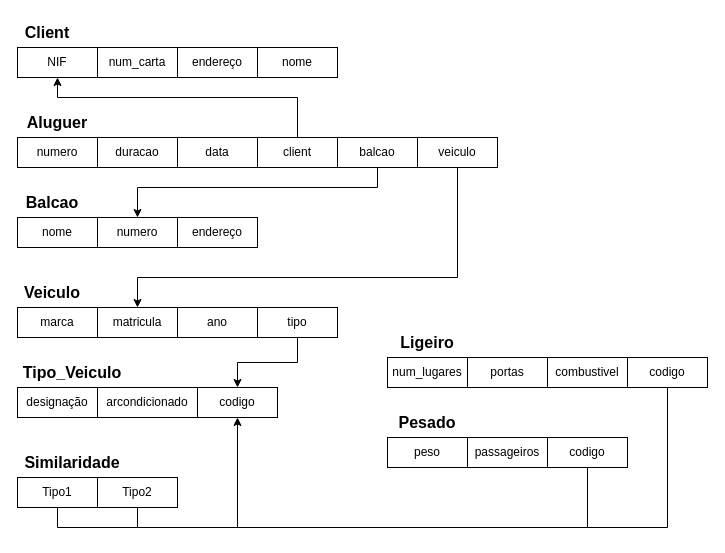
Earlier version of the draw.io diagram Aula3/ex1c.drawio (roldao04/BD). Source tidied: cells renumbered, new cells numbered last; positions are measured from the earlier drawing's top-left corner, leaving out a move shared by most shapes. Both pictures are drawn from the tidied source at 100%, with x=0, y=0 at pixel (17, 17).
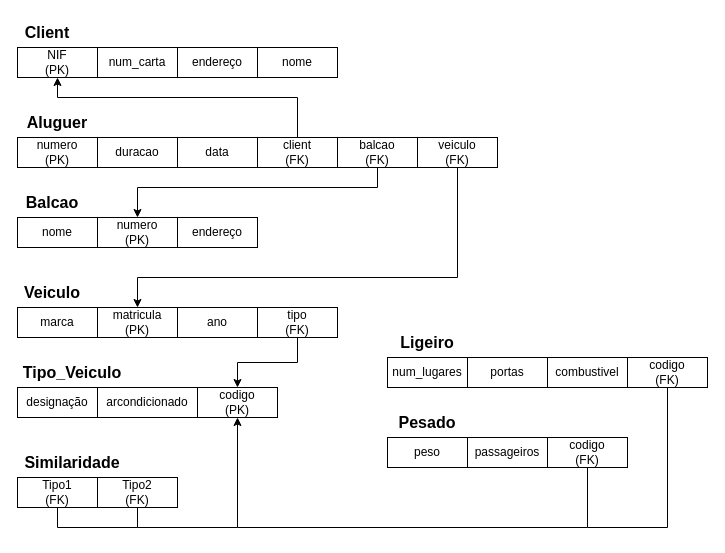
After the change.

What changed in the source:
```diff
@@
-    <mxCell id="3" value="NIF" style="rounded=0;whiteSpace=wrap;html=1;" parent="1" vertex="1">
+    <mxCell id="3" value="NIF&lt;div&gt;(PK)&lt;/div&gt;" style="rounded=0;whiteSpace=wrap;html=1;" parent="1" vertex="1">
       <mxGeometry y="30" width="80" height="30" as="geometry" />
     </mxCell>
@@
-    <mxCell id="8" value="numero" style="rounded=0;whiteSpace=wrap;html=1;" parent="1" vertex="1">
+    <mxCell id="8" value="numero&lt;div&gt;(PK)&lt;/div&gt;" style="rounded=0;whiteSpace=wrap;html=1;" parent="1" vertex="1">
       <mxGeometry y="120" width="80" height="30" as="geometry" />
     </mxCell>
@@
-    <mxCell id="12" value="client" style="rounded=0;whiteSpace=wrap;html=1;" parent="1" vertex="1">
+    <mxCell id="12" value="client&lt;div&gt;(FK)&lt;/div&gt;" style="rounded=0;whiteSpace=wrap;html=1;" parent="1" vertex="1">
       <mxGeometry x="240" y="120" width="80" height="30" as="geometry" />
     </mxCell>
@@
-    <mxCell id="14" value="balcao" style="rounded=0;whiteSpace=wrap;html=1;" parent="1" vertex="1">
+    <mxCell id="14" value="balcao&lt;div&gt;(FK)&lt;/div&gt;" style="rounded=0;whiteSpace=wrap;html=1;" parent="1" vertex="1">
       <mxGeometry x="320" y="120" width="80" height="30" as="geometry" />
     </mxCell>
@@
-    <mxCell id="16" value="veiculo" style="rounded=0;whiteSpace=wrap;html=1;" parent="1" vertex="1">
+    <mxCell id="16" value="veiculo&lt;div&gt;(FK)&lt;/div&gt;" style="rounded=0;whiteSpace=wrap;html=1;" parent="1" vertex="1">
       <mxGeometry x="400" y="120" width="80" height="30" as="geometry" />
     </mxCell>
@@
-    <mxCell id="18" value="numero" style="rounded=0;whiteSpace=wrap;html=1;" parent="1" vertex="1">
+    <mxCell id="18" value="numero&lt;div&gt;(PK)&lt;/div&gt;" style="rounded=0;whiteSpace=wrap;html=1;" parent="1" vertex="1">
       <mxGeometry x="80" y="200" width="80" height="30" as="geometry" />
     </mxCell>
@@
-    <mxCell id="22" value="matricula" style="rounded=0;whiteSpace=wrap;html=1;" parent="1" vertex="1">
+    <mxCell id="22" value="matricula&lt;div&gt;(PK)&lt;/div&gt;" style="rounded=0;whiteSpace=wrap;html=1;" parent="1" vertex="1">
       <mxGeometry x="80" y="290" width="80" height="30" as="geometry" />
     </mxCell>
@@
-    <mxCell id="26" value="tipo" style="rounded=0;whiteSpace=wrap;html=1;" parent="1" vertex="1">
+    <mxCell id="26" value="tipo&lt;div&gt;(FK)&lt;/div&gt;" style="rounded=0;whiteSpace=wrap;html=1;" parent="1" vertex="1">
       <mxGeometry x="240" y="290" width="80" height="30" as="geometry" />
     </mxCell>
@@
-    <mxCell id="30" value="codigo" style="rounded=0;whiteSpace=wrap;html=1;" parent="1" vertex="1">
+    <mxCell id="30" value="codigo&lt;div&gt;(PK)&lt;/div&gt;" style="rounded=0;whiteSpace=wrap;html=1;" parent="1" vertex="1">
       <mxGeometry x="180" y="370" width="80" height="30" as="geometry" />
     </mxCell>
@@
-    <mxCell id="33" value="Tipo1" style="rounded=0;whiteSpace=wrap;html=1;" parent="1" vertex="1">
+    <mxCell id="33" value="Tipo1&lt;div&gt;(FK)&lt;/div&gt;" style="rounded=0;whiteSpace=wrap;html=1;" parent="1" vertex="1">
       <mxGeometry y="460" width="80" height="30" as="geometry" />
     </mxCell>
@@
-    <mxCell id="35" value="Tipo2" style="rounded=0;whiteSpace=wrap;html=1;" parent="1" vertex="1">
+    <mxCell id="35" value="Tipo2&lt;div&gt;(FK)&lt;/div&gt;" style="rounded=0;whiteSpace=wrap;html=1;" parent="1" vertex="1">
       <mxGeometry x="80" y="460" width="80" height="30" as="geometry" />
     </mxCell>
@@
-    <mxCell id="44" value="codigo" style="rounded=0;whiteSpace=wrap;html=1;" parent="1" vertex="1">
+    <mxCell id="44" value="codigo&lt;div&gt;(FK)&lt;/div&gt;" style="rounded=0;whiteSpace=wrap;html=1;" parent="1" vertex="1">
       <mxGeometry x="530" y="420" width="80" height="30" as="geometry" />
     </mxCell>
@@
-    <mxCell id="46" value="codigo" style="rounded=0;whiteSpace=wrap;html=1;" parent="1" vertex="1">
+    <mxCell id="46" value="codigo&lt;div&gt;(FK)&lt;/div&gt;" style="rounded=0;whiteSpace=wrap;html=1;" parent="1" vertex="1">
       <mxGeometry x="610" y="340" width="80" height="30" as="geometry" />
     </mxCell>
```
